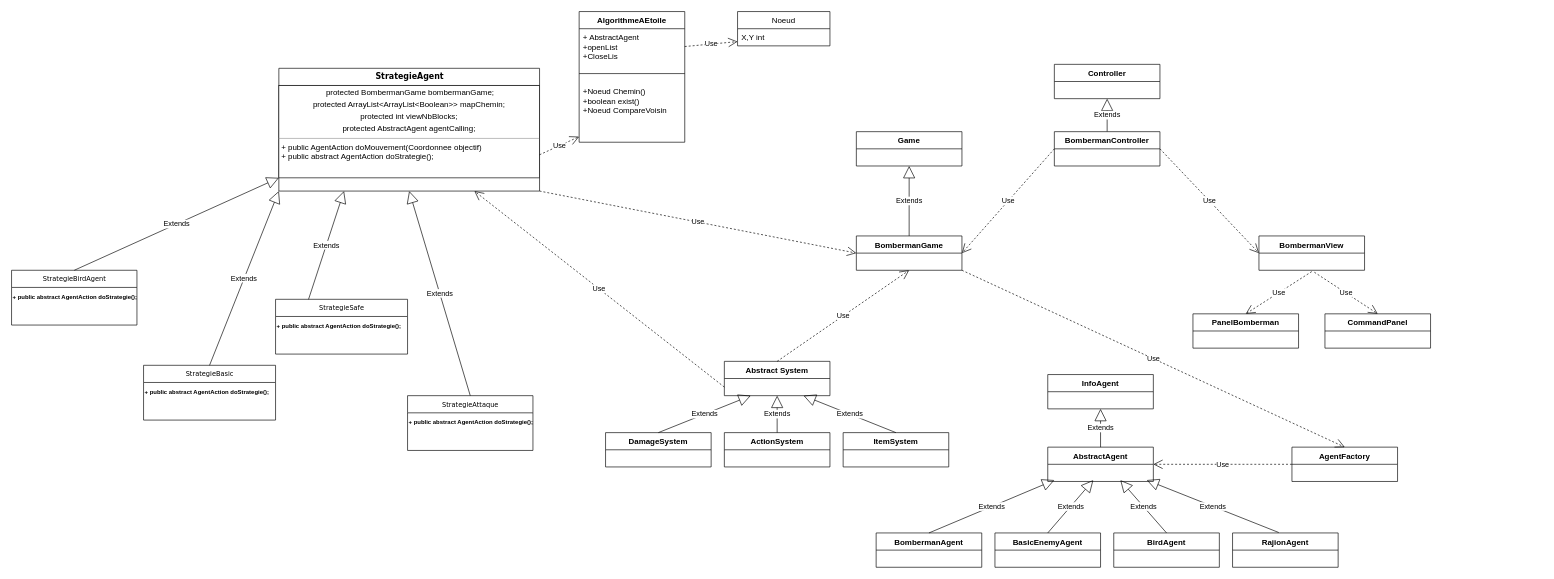
AloisL/bomberman keeps this draw.io diagram as class_diagram.drawio. Above is the earlier version. Source tidied: cells renumbered, new cells numbered last; positions are measured from the earlier drawing's top-left corner, leaving out a move shared by most shapes. Both pictures are drawn from the tidied source at 66%, with x=0, y=0 at pixel (11, 11).
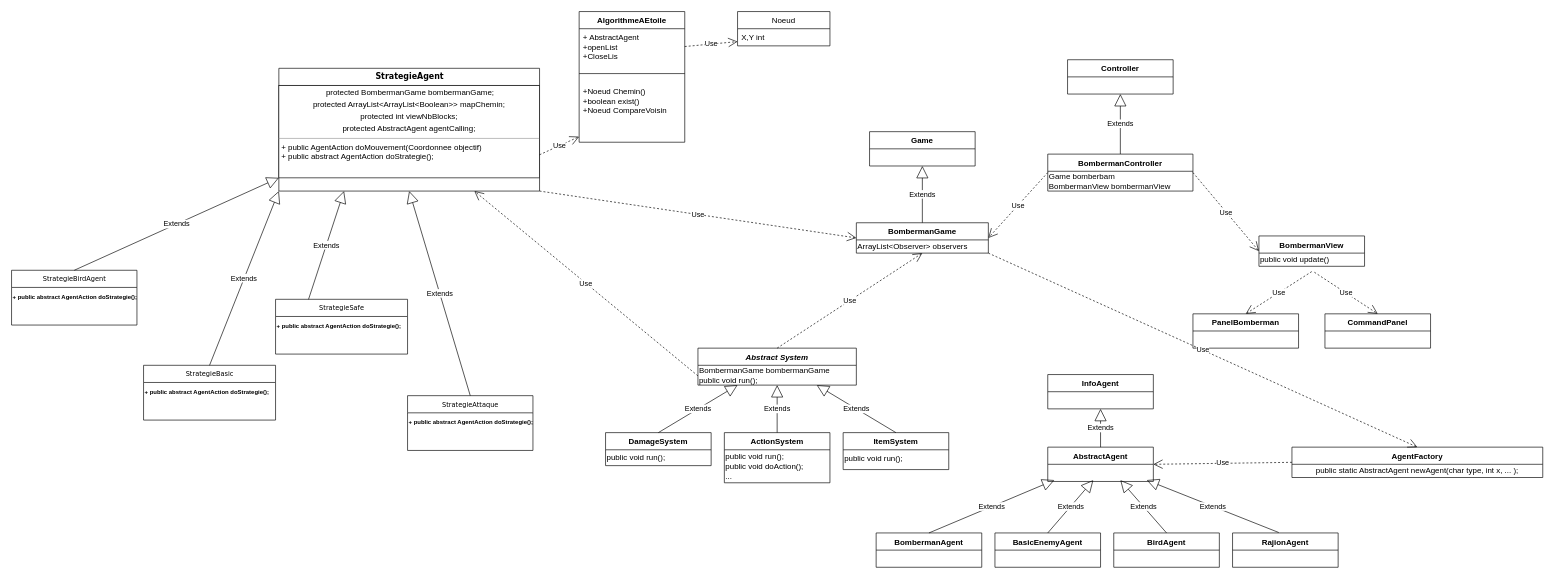
Above is the later version.

Diff of the diagram source:
```diff
@@
     <mxCell id="2" value="Game" style="swimlane;fontStyle=1;align=center;verticalAlign=top;horizontal=1;startSize=26;" parent="1" vertex="1">
-      <mxGeometry x="1280" y="182" width="160" height="52" as="geometry" />
+      <mxGeometry x="1300" y="182" width="160" height="52" as="geometry" />
     </mxCell>
     <mxCell id="3" value="Controller" style="swimlane;fontStyle=1;align=center;verticalAlign=top;horizontal=1;startSize=26;" parent="1" vertex="1">
-      <mxGeometry x="1580" y="80" width="160" height="52" as="geometry" />
+      <mxGeometry x="1600" y="73" width="160" height="52" as="geometry" />
     </mxCell>
     <mxCell id="4" value="BombermanGame" style="swimlane;fontStyle=1;align=center;verticalAlign=top;horizontal=1;startSize=26;" parent="1" vertex="1">
-      <mxGeometry x="1280" y="340" width="160" height="52" as="geometry" />
+      <mxGeometry x="1280" y="320" width="200" height="46" as="geometry" />
     </mxCell>
+    <mxCell id="61" value="&lt;div align=&quot;left&quot;&gt;ArrayList&amp;lt;Observer&amp;gt; observers&lt;/div&gt;" style="text;html=1;strokeColor=none;fillColor=none;align=left;verticalAlign=middle;whiteSpace=wrap;rounded=0;" parent="4" vertex="1">
+      <mxGeometry y="26" width="200" height="20" as="geometry" />
+    </mxCell>
@@
     <mxCell id="16" value="BombermanView" style="swimlane;fontStyle=1;align=center;verticalAlign=top;horizontal=1;startSize=26;" parent="1" vertex="1">
-      <mxGeometry x="1890" y="340" width="160" height="52" as="geometry" />
+      <mxGeometry x="1890" y="340" width="160" height="46" as="geometry" />
     </mxCell>
+    <mxCell id="62" value="&lt;div align=&quot;left&quot;&gt;public void update()&lt;/div&gt;" style="text;html=1;strokeColor=none;fillColor=none;align=left;verticalAlign=middle;whiteSpace=wrap;rounded=0;" parent="16" vertex="1">
+      <mxGeometry y="26" width="160" height="20" as="geometry" />
+    </mxCell>
@@
-    <mxCell id="26" value="Abstract System" style="swimlane;fontStyle=1;align=center;verticalAlign=top;horizontal=1;startSize=26;" parent="1" vertex="1">
-      <mxGeometry x="1080" y="530" width="160" height="52" as="geometry" />
+    <mxCell id="26" value="Abstract System" style="swimlane;fontStyle=3;align=center;verticalAlign=top;horizontal=1;startSize=26;" parent="1" vertex="1">
+      <mxGeometry x="1040" y="510" width="240" height="56" as="geometry" />
     </mxCell>
+    <mxCell id="63" value="&lt;div align=&quot;left&quot;&gt;BombermanGame bombermanGame&lt;br&gt;&lt;/div&gt;&lt;div align=&quot;left&quot;&gt;public void run();&lt;/div&gt;" style="text;html=1;align=left;verticalAlign=middle;" parent="26" vertex="1">
+      <mxGeometry y="26" width="240" height="30" as="geometry" />
+    </mxCell>
     <mxCell id="27" value="ActionSystem" style="swimlane;fontStyle=1;align=center;verticalAlign=top;horizontal=1;startSize=26;" parent="1" vertex="1">
-      <mxGeometry x="1080" y="638" width="160" height="52" as="geometry" />
+      <mxGeometry x="1080" y="638" width="160" height="76" as="geometry" />
     </mxCell>
+    <mxCell id="64" value="&lt;div align=&quot;left&quot;&gt;public void run();&lt;/div&gt;&lt;div align=&quot;left&quot;&gt;public void doAction();&lt;/div&gt;&lt;div align=&quot;left&quot;&gt;...&lt;br&gt;&lt;/div&gt;" style="text;html=1;align=left;verticalAlign=middle;" parent="27" vertex="1">
+      <mxGeometry y="26" width="160" height="50" as="geometry" />
+    </mxCell>
     <mxCell id="28" value="DamageSystem" style="swimlane;fontStyle=1;align=center;verticalAlign=top;horizontal=1;startSize=26;" parent="1" vertex="1">
-      <mxGeometry x="900" y="638" width="160" height="52" as="geometry" />
+      <mxGeometry x="900" y="638" width="160" height="50" as="geometry" />
     </mxCell>
+    <mxCell id="65" value="&lt;div align=&quot;left&quot;&gt;public void run();&lt;/div&gt;" style="text;html=1;strokeColor=none;fillColor=none;align=left;verticalAlign=middle;whiteSpace=wrap;rounded=0;" parent="28" vertex="1">
+      <mxGeometry y="26" width="160" height="24" as="geometry" />
+    </mxCell>
     <mxCell id="29" value="ItemSystem" style="swimlane;fontStyle=1;align=center;verticalAlign=top;horizontal=1;startSize=26;" parent="1" vertex="1">
-      <mxGeometry x="1260" y="638" width="160" height="52" as="geometry" />
+      <mxGeometry x="1260" y="638" width="160" height="56" as="geometry" />
     </mxCell>
+    <mxCell id="66" value="public void run();" style="text;html=1;" parent="29" vertex="1">
+      <mxGeometry y="26" width="160" height="30" as="geometry" />
+    </mxCell>
@@
     <mxCell id="34" value="AgentFactory" style="swimlane;fontStyle=1;align=center;verticalAlign=top;horizontal=1;startSize=26;" parent="1" vertex="1">
-      <mxGeometry x="1940" y="660" width="160" height="52" as="geometry" />
+      <mxGeometry x="1940" y="660" width="380" height="46" as="geometry" />
     </mxCell>
+    <mxCell id="67" value="public static AbstractAgent newAgent(char type, int x, ... );" style="text;html=1;strokeColor=none;fillColor=none;align=center;verticalAlign=middle;whiteSpace=wrap;rounded=0;" parent="34" vertex="1">
+      <mxGeometry y="26" width="380" height="20" as="geometry" />
+    </mxCell>
@@
     <mxCell id="36" value="BombermanController" style="swimlane;fontStyle=1;align=center;verticalAlign=top;horizontal=1;startSize=26;" parent="1" vertex="1">
-      <mxGeometry x="1580" y="182" width="160" height="52" as="geometry" />
+      <mxGeometry x="1570" y="216" width="220" height="56" as="geometry" />
     </mxCell>
+    <mxCell id="68" value="&lt;div align=&quot;left&quot;&gt;Game bomberbam&lt;/div&gt;&lt;div align=&quot;left&quot;&gt;BombermanView bombermanView&lt;br&gt;&lt;/div&gt;" style="text;html=1;strokeColor=none;fillColor=none;align=left;verticalAlign=middle;whiteSpace=wrap;rounded=0;" parent="36" vertex="1">
+      <mxGeometry y="26" width="220" height="30" as="geometry" />
+    </mxCell>
```
